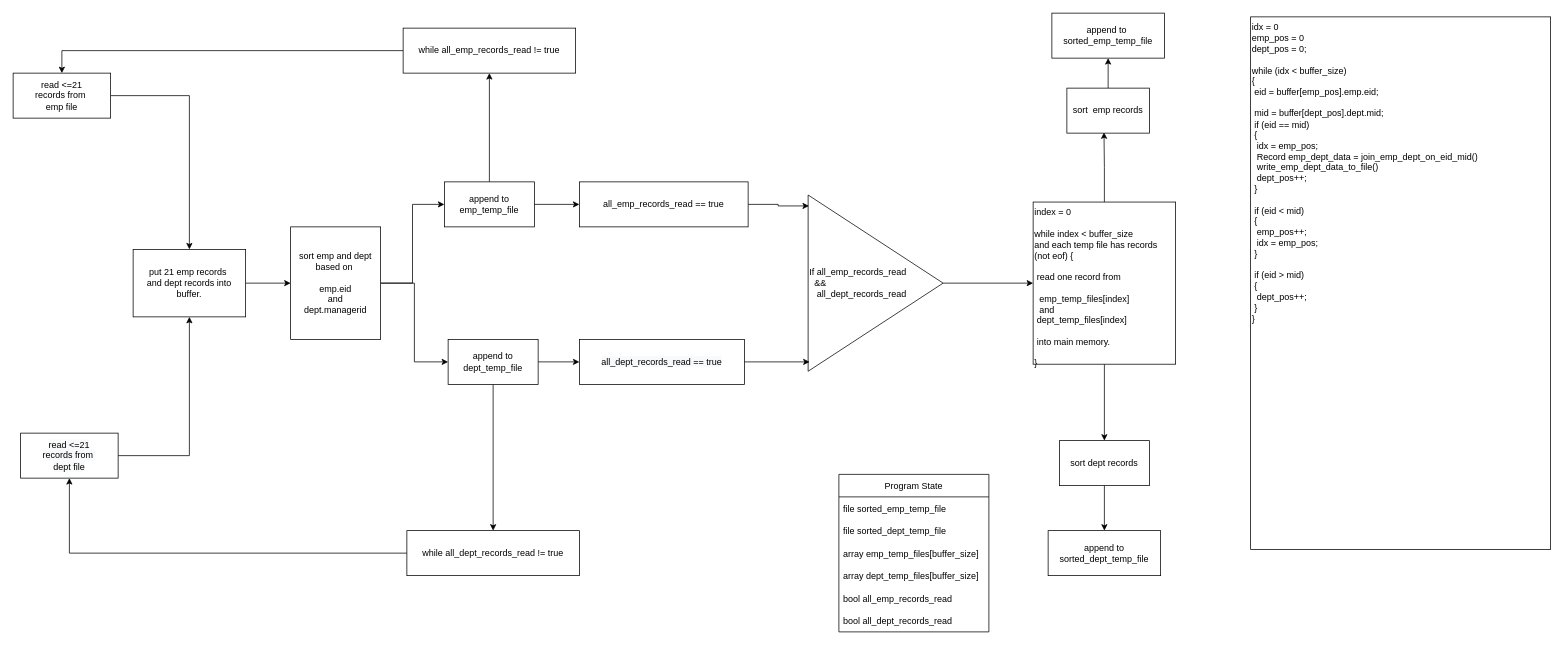
This is hw5/Untitled Diagram.drawio from endepointe/440, a draw.io file, before an edit. Source tidied: cells renumbered, new cells numbered last; positions are measured from the earlier drawing's top-left corner, leaving out a move shared by most shapes. Both pictures are drawn from the tidied source at 75%, with x=0, y=0 at pixel (13, 13).
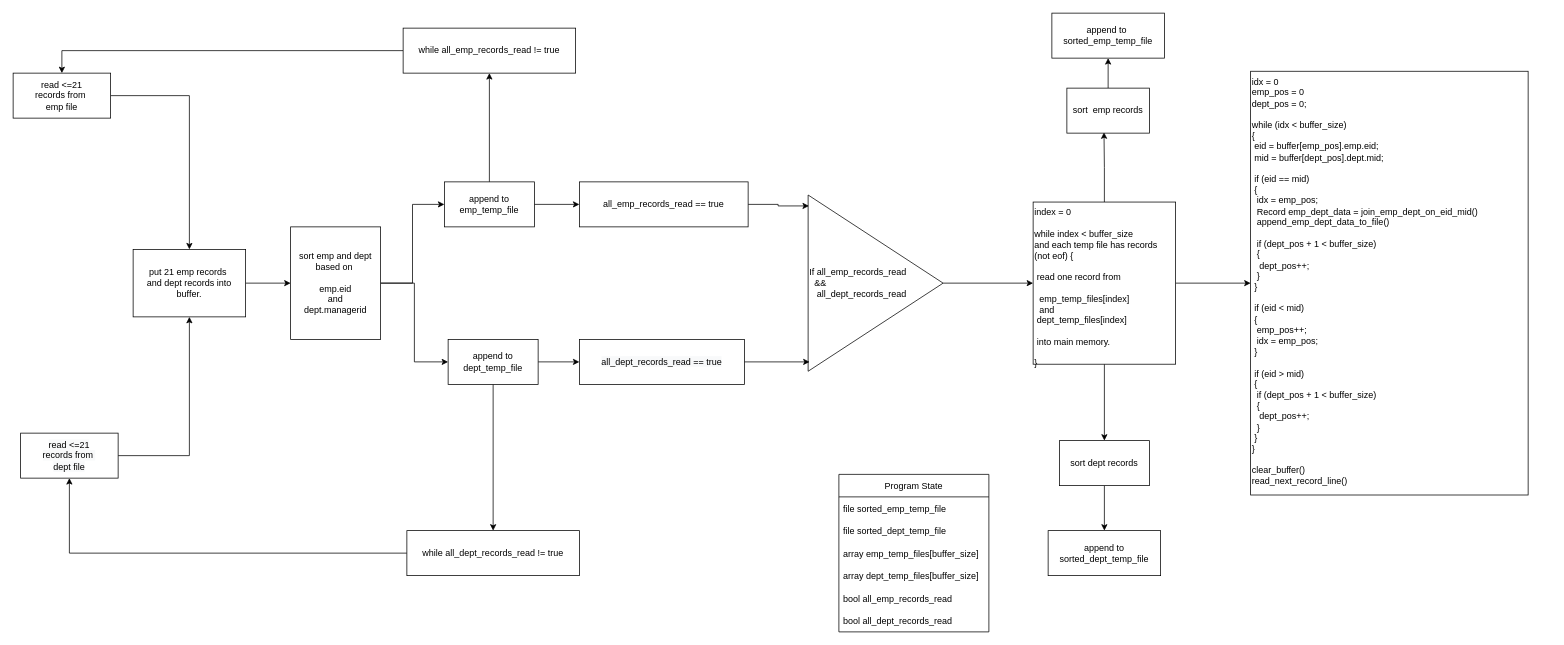
Above is the later version.

The change refers to these unchanged cells:
```xml
<mxCell id="36" value="index = 0&lt;br&gt;&lt;br&gt;while index &amp;lt; buffer_size&lt;br&gt;and each temp file has records&lt;br&gt;(not eof) {&lt;br&gt;&lt;br&gt;&lt;span style=&quot;white-space: pre&quot;&gt; &lt;/span&gt;read one record from&lt;br&gt;&lt;br&gt;&amp;nbsp;&lt;span style=&quot;white-space: pre&quot;&gt; &lt;/span&gt;emp_temp_files[index]&lt;br&gt;&lt;span style=&quot;white-space: pre&quot;&gt; &lt;/span&gt;&lt;span style=&quot;white-space: pre&quot;&gt; &lt;/span&gt;and &lt;br&gt;&lt;span style=&quot;white-space: pre&quot;&gt; &lt;/span&gt;dept_temp_files[index] &lt;br&gt;&lt;br&gt;&lt;span style=&quot;white-space: pre&quot;&gt; &lt;/span&gt;into main memory.&lt;br&gt;&lt;br&gt;}" style="whiteSpace=wrap;html=1;align=left;horizontal=1;verticalAlign=top;" parent="1" vertex="1">
  <mxGeometry x="1360" y="251.9" width="190" height="216.2" as="geometry" />
</mxCell>
```

Change to the diagram source:
```diff
@@
+    <mxCell id="44" style="edgeStyle=orthogonalEdgeStyle;rounded=0;jettySize=auto;html=1;entryX=0;entryY=0.5;entryDx=0;entryDy=0;fontFamily=Helvetica;fontSize=12;fontColor=default;" parent="1" edge="1" source="36" target="43">
+      <mxGeometry relative="1" as="geometry" />
+    </mxCell>
@@
-    <mxCell id="43" value="idx = 0&lt;br&gt;emp_pos = 0&lt;br&gt;dept_pos = 0;&lt;br&gt;&lt;br&gt;while (idx &amp;lt; buffer_size)&amp;nbsp;&lt;br&gt;{&lt;br&gt;&lt;span style=&quot;white-space: pre&quot;&gt; &lt;/span&gt;eid = buffer[emp_pos].emp.eid;&lt;br&gt;&lt;br&gt;&lt;span style=&quot;white-space: pre&quot;&gt; &lt;/span&gt;mid = buffer[dept_pos].dept.mid;&lt;br&gt;&lt;span&gt; &lt;/span&gt;&lt;span style=&quot;white-space: pre&quot;&gt; &lt;/span&gt;if (eid == mid)&lt;br&gt;&lt;span&gt; &lt;/span&gt;&lt;span style=&quot;white-space: pre&quot;&gt; &lt;/span&gt;{&lt;br&gt;&lt;span&gt; &lt;/span&gt;&lt;span&gt; &lt;/span&gt;&lt;span style=&quot;white-space: pre&quot;&gt; &lt;/span&gt;&lt;span style=&quot;white-space: pre&quot;&gt; &lt;/span&gt;idx = emp_pos;&lt;br&gt;&lt;span&gt; &lt;/span&gt;&lt;span&gt; &lt;/span&gt;&lt;span style=&quot;white-space: pre&quot;&gt; &lt;/span&gt;&lt;span style=&quot;white-space: pre&quot;&gt; &lt;/span&gt;Record emp_dept_data = join_emp_dept_on_eid_mid()&lt;br&gt;&lt;span&gt; &lt;/span&gt;&lt;span&gt; &lt;/span&gt;&lt;span style=&quot;white-space: pre&quot;&gt; &lt;/span&gt;&lt;span style=&quot;white-space: pre&quot;&gt; &lt;/span&gt;write_emp_dept_data_to_file()&lt;br&gt;&lt;span&gt; &lt;/span&gt;&lt;span&gt; &lt;/span&gt;&lt;span style=&quot;white-space: pre&quot;&gt; &lt;/span&gt;&lt;span style=&quot;white-space: pre&quot;&gt; &lt;/span&gt;dept_pos++;&lt;br&gt;&lt;span&gt; &lt;/span&gt;&lt;span style=&quot;white-space: pre&quot;&gt; &lt;/span&gt;}&lt;br&gt;&lt;br&gt;&lt;span&gt; &lt;/span&gt;&lt;span style=&quot;white-space: pre&quot;&gt; &lt;/span&gt;if (eid &amp;lt; mid)&lt;br&gt;&lt;span&gt; &lt;/span&gt;&lt;span style=&quot;white-space: pre&quot;&gt; &lt;/span&gt;{&lt;br&gt;&lt;span&gt; &lt;/span&gt;&lt;span&gt; &lt;/span&gt;&lt;span style=&quot;white-space: pre&quot;&gt; &lt;/span&gt;&lt;span style=&quot;white-space: pre&quot;&gt; &lt;/span&gt;emp_pos++;&lt;br&gt;&lt;span&gt; &lt;/span&gt;&lt;span&gt; &lt;/span&gt;&lt;span style=&quot;white-space: pre&quot;&gt; &lt;/span&gt;&lt;span style=&quot;white-space: pre&quot;&gt; &lt;/span&gt;idx = emp_pos;&lt;br&gt;&lt;span&gt; &lt;/span&gt;&lt;span style=&quot;white-space: pre&quot;&gt; &lt;/span&gt;}&lt;br&gt;&lt;br&gt;&lt;span&gt; &lt;/span&gt;&lt;span style=&quot;white-space: pre&quot;&gt; &lt;/span&gt;if (eid &amp;gt; mid)&lt;br&gt;&lt;span&gt; &lt;/span&gt;&lt;span style=&quot;white-space: pre&quot;&gt; &lt;/span&gt;{&lt;br&gt;&lt;span&gt; &lt;/span&gt;&lt;span&gt; &lt;/span&gt;&lt;span style=&quot;white-space: pre&quot;&gt; &lt;/span&gt;&lt;span style=&quot;white-space: pre&quot;&gt; &lt;/span&gt;dept_pos++;&lt;br&gt;&lt;span&gt; &lt;/span&gt;&lt;span style=&quot;white-space: pre&quot;&gt; &lt;/span&gt;}&lt;br&gt;}&lt;br&gt;" style="rounded=0;whiteSpace=wrap;html=1;fontFamily=Helvetica;fontSize=12;fontColor=default;strokeColor=default;fillColor=default;textDirection=ltr;verticalAlign=top;align=left;" parent="1" vertex="1">
-      <mxGeometry x="1650" y="5" width="400" height="710" as="geometry" />
+    <mxCell id="43" value="idx = 0&lt;br&gt;emp_pos = 0&lt;br&gt;dept_pos = 0;&lt;br&gt;&lt;br&gt;while (idx &amp;lt; buffer_size)&amp;nbsp;&lt;br&gt;{&lt;br&gt;&lt;span&gt; &lt;/span&gt;&lt;span style=&quot;white-space: pre&quot;&gt; &lt;/span&gt;eid = buffer[emp_pos].emp.eid;&lt;br&gt;&lt;span&gt; &lt;/span&gt;&lt;span style=&quot;white-space: pre&quot;&gt; &lt;/span&gt;mid = buffer[dept_pos].dept.mid;&lt;br&gt;&lt;span&gt; &lt;/span&gt;&lt;span&gt; &lt;/span&gt;&lt;span style=&quot;white-space: pre&quot;&gt; &lt;/span&gt;&lt;br&gt;&lt;span style=&quot;white-space: pre&quot;&gt; &lt;/span&gt;if (eid == mid)&lt;br&gt;&lt;span&gt; &lt;/span&gt;&lt;span&gt; &lt;/span&gt;&lt;span style=&quot;white-space: pre&quot;&gt; &lt;/span&gt;{&lt;br&gt;&lt;span&gt; &lt;/span&gt;&lt;span&gt; &lt;/span&gt;&lt;span&gt; &lt;/span&gt;&lt;span&gt; &lt;/span&gt;&lt;span style=&quot;white-space: pre&quot;&gt; &lt;/span&gt;&lt;span style=&quot;white-space: pre&quot;&gt; &lt;/span&gt;idx = emp_pos;&lt;br&gt;&lt;span&gt; &lt;/span&gt;&lt;span&gt; &lt;/span&gt;&lt;span&gt; &lt;/span&gt;&lt;span&gt; &lt;/span&gt;&lt;span style=&quot;white-space: pre&quot;&gt; &lt;/span&gt;&lt;span style=&quot;white-space: pre&quot;&gt; &lt;/span&gt;Record emp_dept_data = join_emp_dept_on_eid_mid()&lt;br&gt;&lt;span&gt; &lt;/span&gt;&lt;span&gt; &lt;/span&gt;&lt;span&gt; &lt;/span&gt;&lt;span&gt; &lt;/span&gt;&lt;span style=&quot;white-space: pre&quot;&gt; &lt;/span&gt;&lt;span style=&quot;white-space: pre&quot;&gt; &lt;/span&gt;append_emp_dept_data_to_file()&lt;br&gt;&lt;span&gt; &lt;/span&gt;&lt;span&gt; &lt;/span&gt;&lt;span style=&quot;white-space: pre&quot;&gt; &lt;/span&gt;&lt;span style=&quot;white-space: pre&quot;&gt; &lt;/span&gt;&lt;br&gt;&lt;span style=&quot;white-space: pre&quot;&gt; &lt;/span&gt;&lt;span style=&quot;white-space: pre&quot;&gt; &lt;/span&gt;if (dept_pos + 1 &amp;lt; buffer_size)&lt;br&gt;&lt;span&gt; &lt;/span&gt;&lt;span&gt; &lt;/span&gt;&lt;span style=&quot;white-space: pre&quot;&gt; &lt;/span&gt;&lt;span style=&quot;white-space: pre&quot;&gt; &lt;/span&gt;{&lt;br&gt;&lt;span&gt; &lt;/span&gt;&lt;span&gt; &lt;/span&gt;&lt;span&gt; &lt;/span&gt;&lt;span style=&quot;white-space: pre&quot;&gt; &lt;/span&gt;&lt;span style=&quot;white-space: pre&quot;&gt; &lt;/span&gt;&lt;span style=&quot;white-space: pre&quot;&gt; &lt;/span&gt;dept_pos++;&lt;br&gt;&lt;span&gt; &lt;/span&gt;&lt;span&gt; &lt;/span&gt;&lt;span style=&quot;white-space: pre&quot;&gt; &lt;/span&gt;&lt;span style=&quot;white-space: pre&quot;&gt; &lt;/span&gt;}&lt;br&gt;&lt;span&gt; &lt;/span&gt;&lt;span&gt; &lt;/span&gt;&lt;span style=&quot;white-space: pre&quot;&gt; &lt;/span&gt;}&lt;br&gt;&lt;br&gt;&lt;span&gt; &lt;/span&gt;&lt;span&gt; &lt;/span&gt;&lt;span style=&quot;white-space: pre&quot;&gt; &lt;/span&gt;if (eid &amp;lt; mid)&lt;br&gt;&lt;span&gt; &lt;/span&gt;&lt;span&gt; &lt;/span&gt;&lt;span style=&quot;white-space: pre&quot;&gt; &lt;/span&gt;{&lt;br&gt;&lt;span&gt; &lt;/span&gt;&lt;span&gt; &lt;/span&gt;&lt;span&gt; &lt;/span&gt;&lt;span&gt; &lt;/span&gt;&lt;span style=&quot;white-space: pre&quot;&gt; &lt;/span&gt;&lt;span style=&quot;white-space: pre&quot;&gt; &lt;/span&gt;emp_pos++;&lt;br&gt;&lt;span&gt; &lt;/span&gt;&lt;span&gt; &lt;/span&gt;&lt;span&gt; &lt;/span&gt;&lt;span&gt; &lt;/span&gt;&lt;span style=&quot;white-space: pre&quot;&gt; &lt;/span&gt;&lt;span style=&quot;white-space: pre&quot;&gt; &lt;/span&gt;idx = emp_pos;&lt;br&gt;&lt;span&gt; &lt;/span&gt;&lt;span&gt; &lt;/span&gt;&lt;span style=&quot;white-space: pre&quot;&gt; &lt;/span&gt;}&lt;br&gt;&lt;br&gt;&lt;span&gt; &lt;/span&gt;&lt;span&gt; &lt;/span&gt;&lt;span style=&quot;white-space: pre&quot;&gt; &lt;/span&gt;if (eid &amp;gt; mid)&lt;br&gt;&lt;span&gt; &lt;/span&gt;&lt;span&gt; &lt;/span&gt;&lt;span style=&quot;white-space: pre&quot;&gt; &lt;/span&gt;{&lt;br&gt;&lt;span&gt; &lt;/span&gt;&lt;span&gt; &lt;/span&gt;&lt;span style=&quot;white-space: pre&quot;&gt; &lt;/span&gt;&lt;span style=&quot;white-space: pre&quot;&gt; &lt;/span&gt;if (dept_pos + 1 &amp;lt; buffer_size)&lt;br&gt;&lt;span&gt; &lt;/span&gt;&lt;span&gt; &lt;/span&gt;&lt;span style=&quot;white-space: pre&quot;&gt; &lt;/span&gt;&lt;span style=&quot;white-space: pre&quot;&gt; &lt;/span&gt;{&lt;br&gt;&lt;span&gt; &lt;/span&gt;&lt;span&gt; &lt;/span&gt;&lt;span&gt; &lt;/span&gt;&lt;span style=&quot;white-space: pre&quot;&gt; &lt;/span&gt;&lt;span style=&quot;white-space: pre&quot;&gt; &lt;/span&gt;&lt;span style=&quot;white-space: pre&quot;&gt; &lt;/span&gt;dept_pos++;&lt;br&gt;&lt;span&gt; &lt;/span&gt;&lt;span&gt; &lt;/span&gt;&lt;span style=&quot;white-space: pre&quot;&gt; &lt;/span&gt;&lt;span style=&quot;white-space: pre&quot;&gt; &lt;/span&gt;}&lt;br&gt;&lt;span&gt; &lt;/span&gt;&lt;span&gt; &lt;/span&gt;&lt;span style=&quot;white-space: pre&quot;&gt; &lt;/span&gt;}&lt;br&gt;}&lt;br&gt;&lt;br&gt;clear_buffer()&lt;br&gt;read_next_record_line()" style="rounded=0;whiteSpace=wrap;html=1;fontFamily=Helvetica;fontSize=12;fontColor=default;strokeColor=default;fillColor=default;textDirection=ltr;verticalAlign=top;align=left;" parent="1" vertex="1">
+      <mxGeometry x="1650" y="77.5" width="370" height="565" as="geometry" />
     </mxCell>
```
